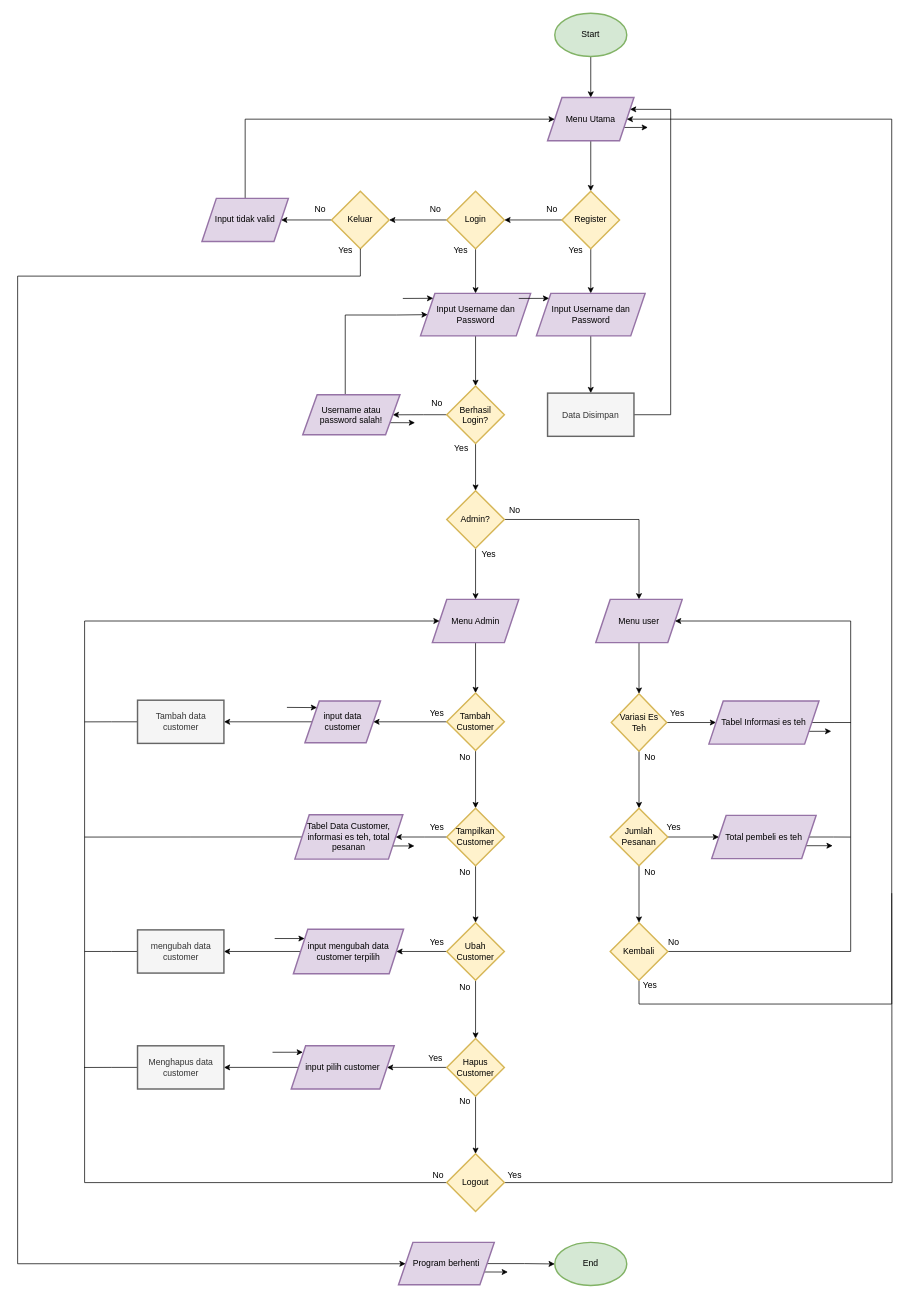
Earlier version of the draw.io diagram Post-Test/Post-Test-7/2409106029_Ridho Setiawan_A2'24_posttest7.drawio (ridhoSetia/Praktikum-APD). Source tidied: cells renumbered, new cells numbered last; positions are measured from the earlier drawing's top-left corner, leaving out a move shared by most shapes. Both pictures are drawn from the tidied source at 72%, with x=0, y=0 at pixel (17, 13).
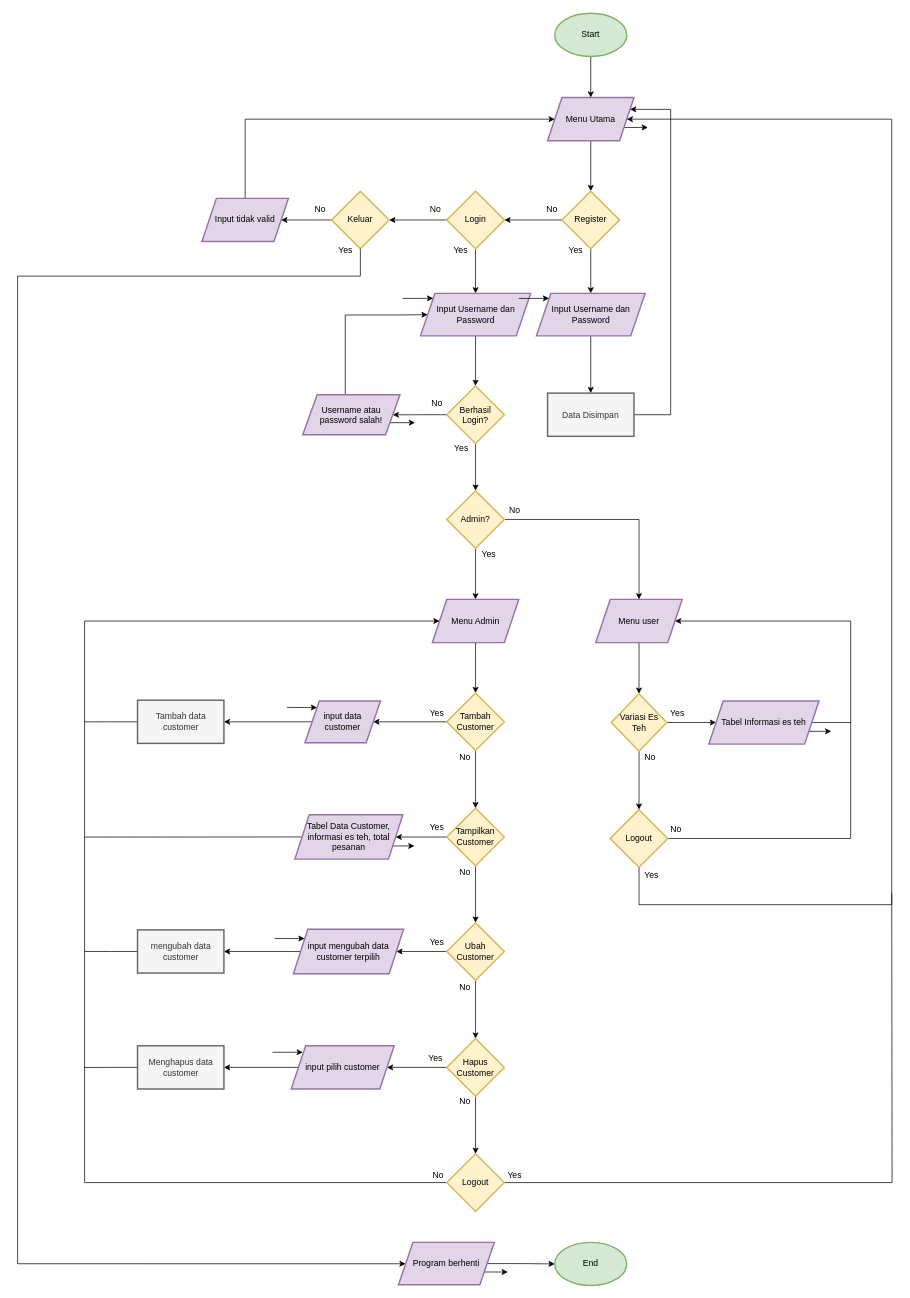
Above is the later version.

Unchanged cells that the change refers to:
```xml
<mxCell id="6" value="Menu Utama" style="shape=parallelogram;perimeter=parallelogramPerimeter;whiteSpace=wrap;html=1;fixedSize=1;strokeWidth=2;fillColor=#e1d5e7;strokeColor=#9673a6;" parent="1" vertex="1">
  <mxGeometry x="736" y="117" width="120" height="60" as="geometry" />
</mxCell>
<mxCell id="33" value="Menu user" style="shape=parallelogram;perimeter=parallelogramPerimeter;whiteSpace=wrap;html=1;fixedSize=1;strokeWidth=2;fillColor=#e1d5e7;strokeColor=#9673a6;" parent="1" vertex="1">
  <mxGeometry x="803" y="814" width="120" height="60" as="geometry" />
</mxCell>
<mxCell id="66" value="Variasi Es Teh" style="rhombus;whiteSpace=wrap;html=1;strokeWidth=2;fillColor=#fff2cc;strokeColor=#d6b656;" parent="1" vertex="1">
  <mxGeometry x="824.5" y="945" width="77" height="80" as="geometry" />
</mxCell>
```

The edit, as a diff of the source:
```diff
@@
-    <mxCell id="64" style="edgeStyle=orthogonalEdgeStyle;rounded=0;jettySize=auto;html=1;" parent="1" edge="1" source="66" target="69">
+    <mxCell id="64" style="edgeStyle=orthogonalEdgeStyle;rounded=0;jettySize=auto;html=1;entryX=0.5;entryY=0;entryDx=0;entryDy=0;" parent="1" edge="1" source="66" target="72">
       <mxGeometry relative="1" as="geometry" />
     </mxCell>
@@
-    <mxCell id="67" style="edgeStyle=orthogonalEdgeStyle;rounded=0;jettySize=auto;html=1;" parent="1" edge="1" source="69" target="72">
-      <mxGeometry relative="1" as="geometry" />
-    </mxCell>
-    <mxCell id="68" style="edgeStyle=orthogonalEdgeStyle;rounded=0;jettySize=auto;html=1;" parent="1" edge="1" source="69" target="75">
-      <mxGeometry relative="1" as="geometry" />
-    </mxCell>
-    <mxCell id="69" value="Jumlah Pesanan" style="rhombus;whiteSpace=wrap;html=1;strokeWidth=2;fillColor=#fff2cc;strokeColor=#d6b656;" parent="1" vertex="1">
-      <mxGeometry x="823" y="1104" width="80" height="80" as="geometry" />
-    </mxCell>
     <mxCell id="70" style="edgeStyle=orthogonalEdgeStyle;rounded=0;jettySize=auto;html=1;exitX=1;exitY=0.5;exitDx=0;exitDy=0;entryX=1;entryY=0.5;entryDx=0;entryDy=0;" parent="1" edge="1" source="72" target="33">
       <mxGeometry relative="1" as="geometry">
         <Array as="points">
-          <mxPoint x="1157" y="1303" />
+          <mxPoint x="1157" y="1146" />
           <mxPoint x="1157" y="844" />
         </Array>
       </mxGeometry>
     </mxCell>
     <mxCell id="71" style="edgeStyle=orthogonalEdgeStyle;rounded=0;jettySize=auto;html=1;exitX=0.5;exitY=1;exitDx=0;exitDy=0;entryX=1;entryY=0.5;entryDx=0;entryDy=0;" parent="1" edge="1" source="72" target="6">
       <mxGeometry relative="1" as="geometry">
         <Array as="points">
-          <mxPoint x="863" y="1376" />
-          <mxPoint x="1214" y="1376" />
+          <mxPoint x="863" y="1238" />
+          <mxPoint x="1214" y="1238" />
           <mxPoint x="1214" y="147" />
         </Array>
       </mxGeometry>
     </mxCell>
-    <mxCell id="72" value="Kembali" style="rhombus;whiteSpace=wrap;html=1;strokeWidth=2;fillColor=#fff2cc;strokeColor=#d6b656;" parent="1" vertex="1">
-      <mxGeometry x="823" y="1263" width="80" height="80" as="geometry" />
+    <mxCell id="72" value="Logout" style="rhombus;whiteSpace=wrap;html=1;strokeWidth=2;fillColor=#fff2cc;strokeColor=#d6b656;" parent="1" vertex="1">
+      <mxGeometry x="823" y="1106" width="80" height="80" as="geometry" />
     </mxCell>
-    <mxCell id="73" style="edgeStyle=orthogonalEdgeStyle;rounded=0;jettySize=auto;html=1;exitX=1;exitY=0.75;exitDx=0;exitDy=0;" parent="1" edge="1" source="75">
-      <mxGeometry relative="1" as="geometry">
-        <mxPoint x="1132" y="1156" as="targetPoint" />
-      </mxGeometry>
-    </mxCell>
-    <mxCell id="74" style="edgeStyle=orthogonalEdgeStyle;rounded=0;jettySize=auto;html=1;exitX=1;exitY=0.5;exitDx=0;exitDy=0;endArrow=none;endFill=0;" parent="1" edge="1" source="75">
-      <mxGeometry relative="1" as="geometry">
-        <mxPoint x="1156.9" y="1144.1" as="targetPoint" />
-      </mxGeometry>
-    </mxCell>
-    <mxCell id="75" value="Total pembeli es teh" style="shape=parallelogram;perimeter=parallelogramPerimeter;whiteSpace=wrap;html=1;fixedSize=1;strokeWidth=2;fillColor=#e1d5e7;strokeColor=#9673a6;" parent="1" vertex="1">
-      <mxGeometry x="964" y="1114" width="145" height="60" as="geometry" />
-    </mxCell>
@@
-    <mxCell id="108" value="No" style="text;html=1;align=center;verticalAlign=middle;strokeColor=none;fillColor=none;" parent="1" vertex="1">
-      <mxGeometry x="861" y="1180" width="33" height="26" as="geometry" />
-    </mxCell>
     <mxCell id="109" value="No" style="text;html=1;align=center;verticalAlign=middle;strokeColor=none;fillColor=none;" parent="1" vertex="1">
-      <mxGeometry x="894" y="1278" width="33" height="26" as="geometry" />
+      <mxGeometry x="897" y="1120" width="33" height="26" as="geometry" />
     </mxCell>
-    <mxCell id="110" value="Yes" style="text;html=1;align=center;verticalAlign=middle;strokeColor=none;fillColor=none;" parent="1" vertex="1">
-      <mxGeometry x="892" y="1118" width="38" height="26" as="geometry" />
-    </mxCell>
     <mxCell id="111" value="Yes" style="text;html=1;align=center;verticalAlign=middle;strokeColor=none;fillColor=none;" parent="1" vertex="1">
-      <mxGeometry x="859" y="1337" width="38" height="26" as="geometry" />
+      <mxGeometry x="861" y="1184" width="38" height="26" as="geometry" />
     </mxCell>
```
